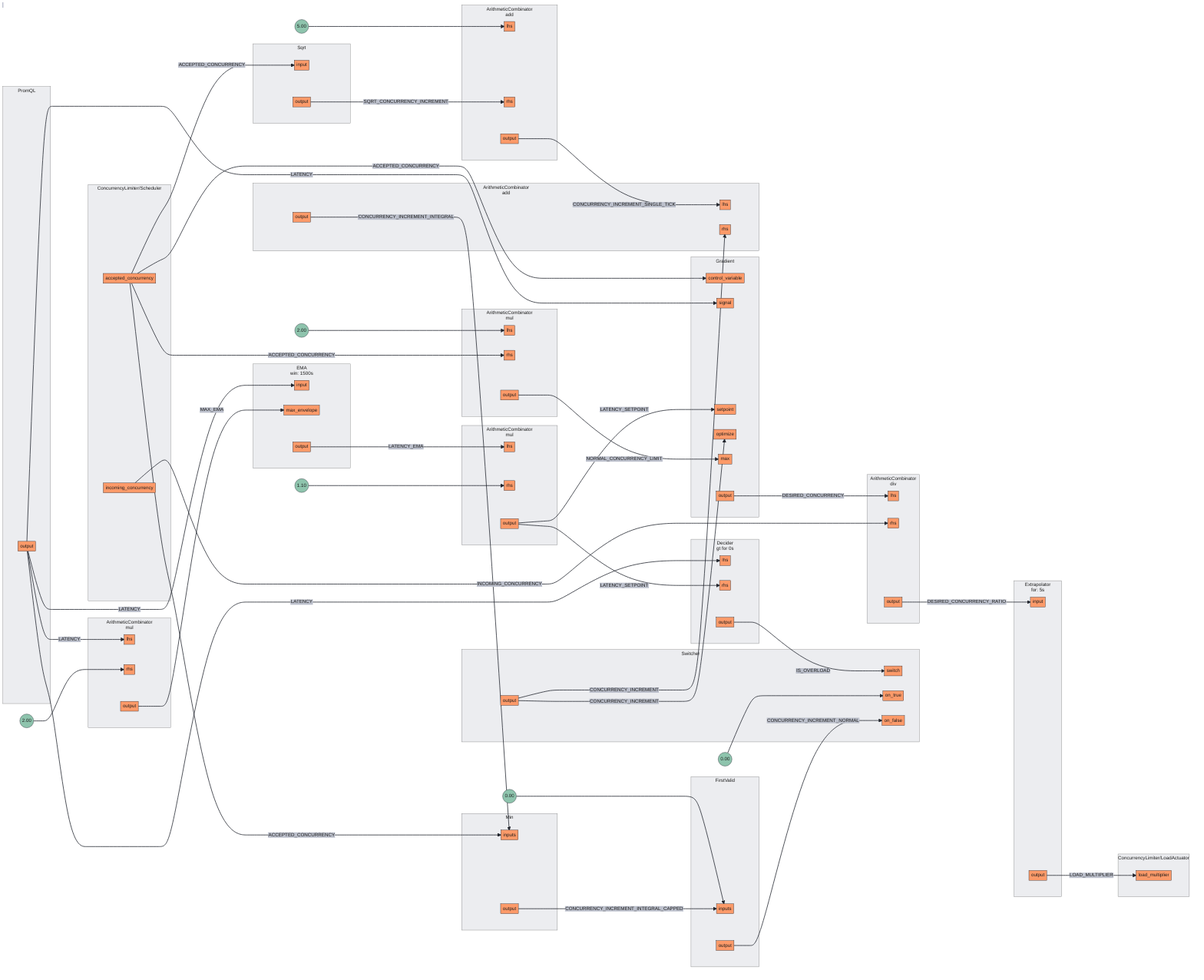
Before: docs/content/tutorials/flow-control/assets/basic-concurrency-limiting/basic-concurrency-limiting.mmd.png, a diagram exported from Mermaid (fluxninja/aperture). Its source is kept beside it as docs/content/tutorials/flow-control/assets/basic-concurrency-limiting/basic-concurrency-limiting.mmd.
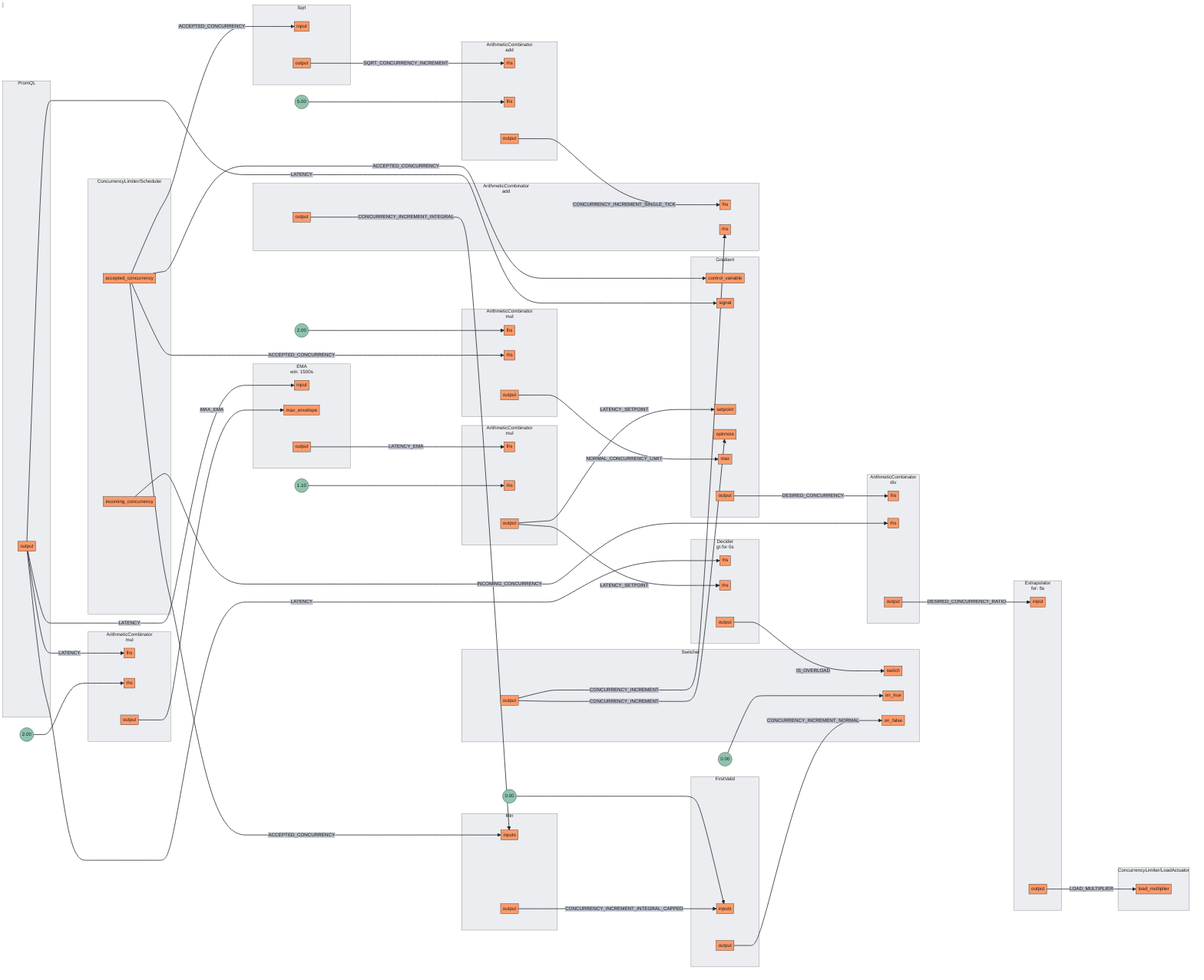
After the commit.

Change to the diagram source:
```diff
@@ -52,8 +52,8 @@
 subgraph 4[<center>ArithmeticCombinator<br/>add</center>]
 subgraph 4_inports[ ]
 style 4_inports fill:none,stroke:none
+4rhs[rhs]
 4lhs[lhs]
-4rhs[rhs]
 end
 subgraph 4_outports[ ]
 style 4_outports fill:none,stroke:none
@@ -186,28 +186,28 @@
 14output[output]
 end
 end
-3output --> |NORMAL_CONCURRENCY_LIMIT| 11max
+13.Schedulerincoming_concurrency --> |INCOMING_CONCURRENCY| 2rhs
+6output --> |CONCURRENCY_INCREMENT_INTEGRAL_CAPPED| 7inputs
 9output --> |LATENCY| 0lhs
 9output --> |LATENCY| 10input
 9output --> |LATENCY| 11signal
 9output --> |LATENCY| 14lhs
-0output --> |MAX_EMA| 10max_envelope
-11output --> |DESIRED_CONCURRENCY| 2lhs
-14output --> |IS_OVERLOAD| 15switch
-15output --> |CONCURRENCY_INCREMENT| 5rhs
-15output --> |CONCURRENCY_INCREMENT| 11optimize
 4output --> |CONCURRENCY_INCREMENT_SINGLE_TICK| 5lhs
 5output --> |CONCURRENCY_INCREMENT_INTEGRAL| 6inputs
-7output --> |CONCURRENCY_INCREMENT_NORMAL| 15on_false
-10output --> |LATENCY_EMA| 1lhs
-12output --> |LOAD_MULTIPLIER| 13.LoadActuatorload_multiplier
+8output --> |SQRT_CONCURRENCY_INCREMENT| 4rhs
+11output --> |DESIRED_CONCURRENCY| 2lhs
 13.Scheduleraccepted_concurrency --> |ACCEPTED_CONCURRENCY| 3rhs
 13.Scheduleraccepted_concurrency --> |ACCEPTED_CONCURRENCY| 6inputs
 13.Scheduleraccepted_concurrency --> |ACCEPTED_CONCURRENCY| 8input
 13.Scheduleraccepted_concurrency --> |ACCEPTED_CONCURRENCY| 11control_variable
+14output --> |IS_OVERLOAD| 15switch
+0output --> |MAX_EMA| 10max_envelope
 1output --> |LATENCY_SETPOINT| 11setpoint
 1output --> |LATENCY_SETPOINT| 14rhs
+12output --> |LOAD_MULTIPLIER| 13.LoadActuatorload_multiplier
+7output --> |CONCURRENCY_INCREMENT_NORMAL| 15on_false
+10output --> |LATENCY_EMA| 1lhs
+15output --> |CONCURRENCY_INCREMENT| 5rhs
+15output --> |CONCURRENCY_INCREMENT| 11optimize
 2output --> |DESIRED_CONCURRENCY_RATIO| 12input
-6output --> |CONCURRENCY_INCREMENT_INTEGRAL_CAPPED| 7inputs
-8output --> |SQRT_CONCURRENCY_INCREMENT| 4rhs
-13.Schedulerincoming_concurrency --> |INCOMING_CONCURRENCY| 2rhs
+3output --> |NORMAL_CONCURRENCY_LIMIT| 11max
```
